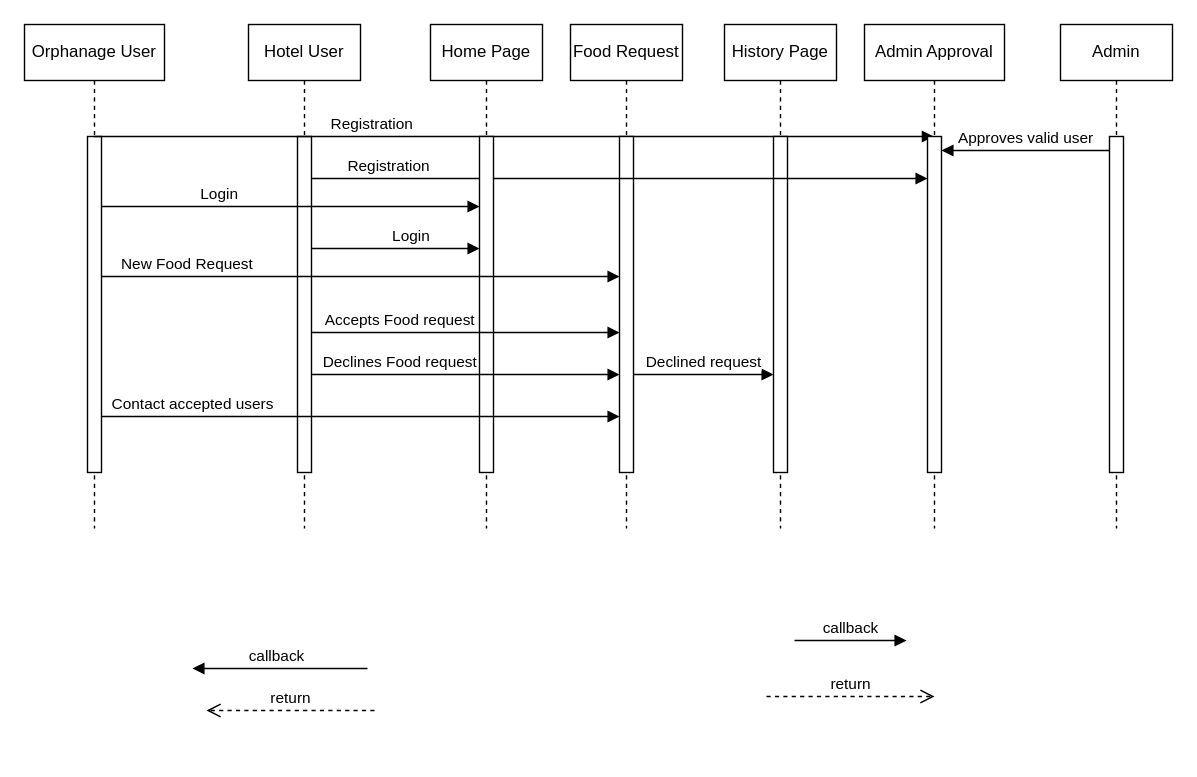
The draw.io diagram sequenceDiagram.drawio in Sriram-V-99/MCA-Project-, before the edit. Source tidied: cells renumbered, new cells numbered last; positions are measured from the earlier drawing's top-left corner, leaving out a move shared by most shapes. Both pictures are drawn from the tidied source at 140%, with x=0, y=0 at pixel (24, 24).
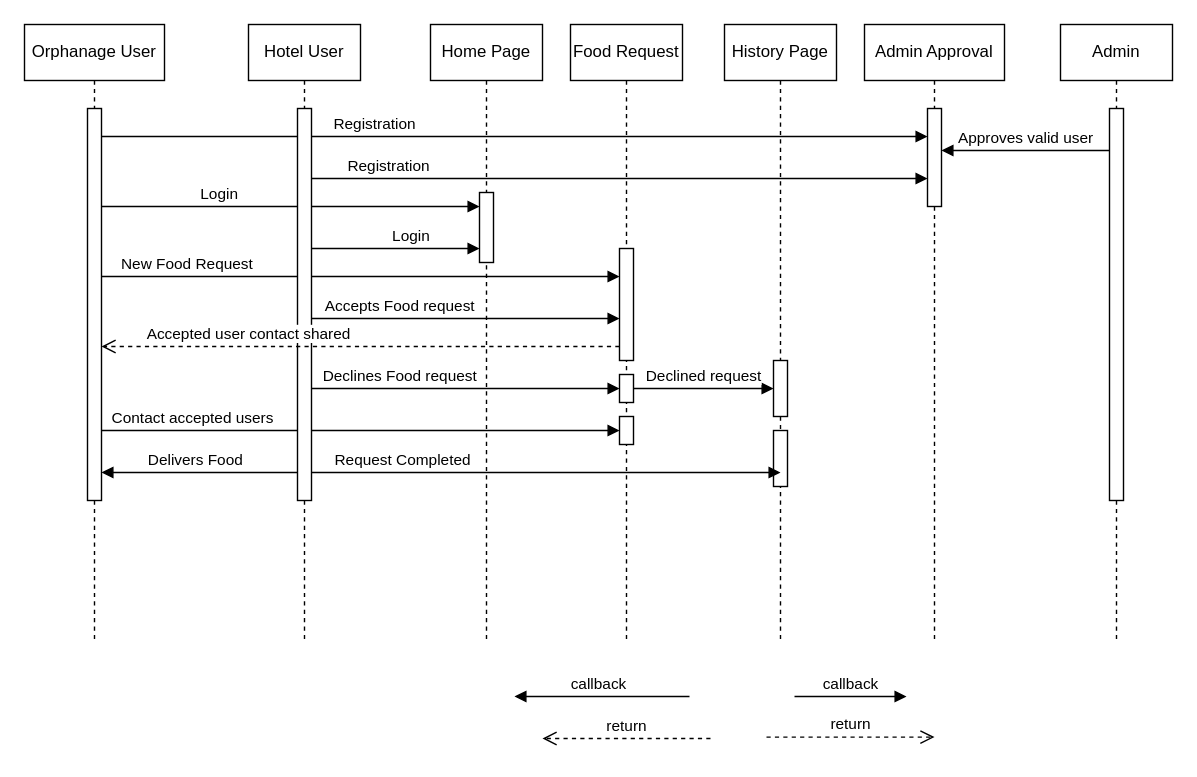
After the change.

The edit, as a diff of the source:
```diff
@@
+    <mxCell id="29" value="Contact accepted users" style="html=1;verticalAlign=bottom;endArrow=block;edgeStyle=elbowEdgeStyle;elbow=vertical;curved=0;rounded=0;" parent="1" edge="1" target="31">
+      <mxGeometry x="-0.65" relative="1" as="geometry">
+        <mxPoint x="55" y="290" as="sourcePoint" />
+        <Array as="points">
+          <mxPoint x="130" y="290" />
+        </Array>
+      </mxGeometry>
+    </mxCell>
+    <mxCell id="23" value="Login" style="html=1;verticalAlign=bottom;endArrow=block;edgeStyle=elbowEdgeStyle;elbow=vertical;curved=0;rounded=0;" parent="1" edge="1" source="3" target="22">
+      <mxGeometry x="-0.38" relative="1" as="geometry">
+        <Array as="points">
+          <mxPoint x="125" y="130" />
+        </Array>
+      </mxGeometry>
+    </mxCell>
+    <mxCell id="6" value="Registration" style="html=1;verticalAlign=bottom;endArrow=block;edgeStyle=elbowEdgeStyle;elbow=vertical;curved=0;rounded=0;" parent="1" edge="1" source="3" target="17">
+      <mxGeometry x="-0.34" relative="1" as="geometry">
+        <Array as="points">
+          <mxPoint x="157.8" y="80" />
+        </Array>
+      </mxGeometry>
+    </mxCell>
+    <mxCell id="25" value="New Food Request" style="html=1;verticalAlign=bottom;endArrow=block;edgeStyle=elbowEdgeStyle;elbow=vertical;curved=0;rounded=0;" parent="1" edge="1" source="3" target="13">
+      <mxGeometry x="-0.67" relative="1" as="geometry">
+        <Array as="points">
+          <mxPoint x="125" y="180" />
+        </Array>
+      </mxGeometry>
+    </mxCell>
+    <mxCell id="19" value="Registration" style="html=1;verticalAlign=bottom;endArrow=block;edgeStyle=elbowEdgeStyle;elbow=vertical;curved=0;rounded=0;" parent="1" edge="1" source="5">
+      <mxGeometry x="-0.75" relative="1" as="geometry">
+        <mxPoint x="645" y="110" as="targetPoint" />
+        <Array as="points">
+          <mxPoint x="230" y="110" />
+        </Array>
+      </mxGeometry>
+    </mxCell>
     <mxCell id="2" value="Orphanage User" style="shape=umlLifeline;perimeter=lifelinePerimeter;whiteSpace=wrap;html=1;outlineConnect=0;portConstraint=eastwest;newEdgeStyle={&quot;edgeStyle&quot;:&quot;elbowEdgeStyle&quot;,&quot;elbow&quot;:&quot;vertical&quot;,&quot;curved&quot;:0,&quot;rounded&quot;:0};" parent="1" vertex="1">
-      <mxGeometry width="100" height="360" as="geometry" />
+      <mxGeometry width="100" height="440" as="geometry" />
     </mxCell>
     <mxCell id="3" style="html=1;points=[];perimeter=orthogonalPerimeter;outlineConnect=0;targetShapes=umlLifeline;portConstraint=eastwest;newEdgeStyle={&quot;edgeStyle&quot;:&quot;elbowEdgeStyle&quot;,&quot;elbow&quot;:&quot;vertical&quot;,&quot;curved&quot;:0,&quot;rounded&quot;:0};" parent="2" vertex="1">
-      <mxGeometry x="45" y="80" width="10" height="240" as="geometry" />
+      <mxGeometry x="45" y="60" width="10" height="280" as="geometry" />
     </mxCell>
     <mxCell id="4" value="Hotel User" style="shape=umlLifeline;perimeter=lifelinePerimeter;whiteSpace=wrap;html=1;newEdgeStyle={&quot;edgeStyle&quot;:&quot;elbowEdgeStyle&quot;,&quot;elbow&quot;:&quot;vertical&quot;,&quot;curved&quot;:0,&quot;rounded&quot;:0};" parent="1" vertex="1">
-      <mxGeometry x="160" width="80" height="360" as="geometry" />
+      <mxGeometry x="160" width="80" height="440" as="geometry" />
     </mxCell>
     <mxCell id="5" style="html=1;points=[];perimeter=orthogonalPerimeter;outlineConnect=0;targetShapes=umlLifeline;portConstraint=eastwest;newEdgeStyle={&quot;edgeStyle&quot;:&quot;elbowEdgeStyle&quot;,&quot;elbow&quot;:&quot;vertical&quot;,&quot;curved&quot;:0,&quot;rounded&quot;:0};" parent="4" vertex="1">
-      <mxGeometry x="35" y="80" width="10" height="240" as="geometry" />
+      <mxGeometry x="35" y="60" width="10" height="280" as="geometry" />
     </mxCell>
-    <mxCell id="6" value="Registration" style="html=1;verticalAlign=bottom;endArrow=block;edgeStyle=elbowEdgeStyle;elbow=vertical;curved=0;rounded=0;" parent="1" edge="1" source="2">
-      <mxGeometry x="-0.34" relative="1" as="geometry">
-        <mxPoint x="649.5" y="80" as="targetPoint" />
-        <Array as="points">
-          <mxPoint x="157.8" y="80" />
-        </Array>
-      </mxGeometry>
-    </mxCell>
     <mxCell id="7" value="return" style="html=1;verticalAlign=bottom;endArrow=open;dashed=1;endSize=8;edgeStyle=elbowEdgeStyle;elbow=vertical;curved=0;rounded=0;" parent="1" edge="1">
       <mxGeometry relative="1" as="geometry">
-        <mxPoint x="250" y="490" as="sourcePoint" />
-        <mxPoint x="130" y="490" as="targetPoint" />
+        <mxPoint x="490" y="510" as="sourcePoint" />
+        <mxPoint x="370" y="510" as="targetPoint" />
         <Array as="points">
-          <mxPoint x="225" y="490" />
+          <mxPoint x="465" y="510" />
         </Array>
       </mxGeometry>
     </mxCell>
     <mxCell id="8" value="callback" style="html=1;verticalAlign=bottom;endArrow=block;edgeStyle=elbowEdgeStyle;elbow=vertical;curved=0;rounded=0;" parent="1" edge="1">
       <mxGeometry relative="1" as="geometry">
-        <mxPoint x="550" y="440" as="sourcePoint" />
-        <mxPoint x="630" y="440" as="targetPoint" />
+        <mxPoint x="550" y="480" as="sourcePoint" />
+        <mxPoint x="630" y="480" as="targetPoint" />
         <Array as="points">
-          <mxPoint x="590" y="440" />
+          <mxPoint x="590" y="480" />
         </Array>
       </mxGeometry>
     </mxCell>
     <mxCell id="9" value="return" style="html=1;verticalAlign=bottom;endArrow=open;dashed=1;endSize=8;edgeStyle=elbowEdgeStyle;elbow=vertical;curved=0;rounded=0;" parent="1" edge="1">
       <mxGeometry relative="1" as="geometry">
-        <mxPoint x="530" y="480" as="sourcePoint" />
-        <mxPoint x="650" y="480" as="targetPoint" />
+        <mxPoint x="530" y="509" as="sourcePoint" />
+        <mxPoint x="650" y="509" as="targetPoint" />
         <Array as="points">
-          <mxPoint x="615" y="480" />
+          <mxPoint x="615" y="509" />
         </Array>
       </mxGeometry>
     </mxCell>
     <mxCell id="10" value="Admin" style="shape=umlLifeline;perimeter=lifelinePerimeter;whiteSpace=wrap;html=1;newEdgeStyle={&quot;edgeStyle&quot;:&quot;elbowEdgeStyle&quot;,&quot;elbow&quot;:&quot;vertical&quot;,&quot;curved&quot;:0,&quot;rounded&quot;:0};" parent="1" vertex="1">
-      <mxGeometry x="740" width="80" height="360" as="geometry" />
+      <mxGeometry x="740" width="80" height="440" as="geometry" />
     </mxCell>
     <mxCell id="11" style="html=1;points=[];perimeter=orthogonalPerimeter;outlineConnect=0;targetShapes=umlLifeline;portConstraint=eastwest;newEdgeStyle={&quot;edgeStyle&quot;:&quot;elbowEdgeStyle&quot;,&quot;elbow&quot;:&quot;vertical&quot;,&quot;curved&quot;:0,&quot;rounded&quot;:0};" parent="10" vertex="1">
-      <mxGeometry x="35" y="80" width="10" height="240" as="geometry" />
+      <mxGeometry x="35" y="60" width="10" height="280" as="geometry" />
     </mxCell>
     <mxCell id="12" value="Food Request" style="shape=umlLifeline;perimeter=lifelinePerimeter;whiteSpace=wrap;html=1;newEdgeStyle={&quot;edgeStyle&quot;:&quot;elbowEdgeStyle&quot;,&quot;elbow&quot;:&quot;vertical&quot;,&quot;curved&quot;:0,&quot;rounded&quot;:0};" parent="1" vertex="1">
-      <mxGeometry x="390" width="80" height="360" as="geometry" />
+      <mxGeometry x="390" width="80" height="440" as="geometry" />
     </mxCell>
     <mxCell id="13" style="html=1;points=[];perimeter=orthogonalPerimeter;outlineConnect=0;targetShapes=umlLifeline;portConstraint=eastwest;newEdgeStyle={&quot;edgeStyle&quot;:&quot;elbowEdgeStyle&quot;,&quot;elbow&quot;:&quot;vertical&quot;,&quot;curved&quot;:0,&quot;rounded&quot;:0};" parent="12" vertex="1">
-      <mxGeometry x="35" y="80" width="10" height="240" as="geometry" />
+      <mxGeometry x="35" y="160" width="10" height="80" as="geometry" />
     </mxCell>
+    <mxCell id="30" style="html=1;perimeter=orthogonalPerimeter;targetShapes=umlLifeline;newEdgeStyle={&quot;edgeStyle&quot;:&quot;elbowEdgeStyle&quot;,&quot;elbow&quot;:&quot;vertical&quot;,&quot;curved&quot;:0,&quot;rounded&quot;:0};" parent="12" vertex="1">
+      <mxGeometry x="35" y="250" width="10" height="20" as="geometry" />
+    </mxCell>
+    <mxCell id="31" style="html=1;points=[];perimeter=orthogonalPerimeter;outlineConnect=0;targetShapes=umlLifeline;portConstraint=eastwest;newEdgeStyle={&quot;edgeStyle&quot;:&quot;elbowEdgeStyle&quot;,&quot;elbow&quot;:&quot;vertical&quot;,&quot;curved&quot;:0,&quot;rounded&quot;:0};" parent="12" vertex="1">
+      <mxGeometry x="35" y="280" width="10" height="20" as="geometry" />
+    </mxCell>
     <mxCell id="14" value="History Page" style="shape=umlLifeline;perimeter=lifelinePerimeter;whiteSpace=wrap;html=1;newEdgeStyle={&quot;edgeStyle&quot;:&quot;elbowEdgeStyle&quot;,&quot;elbow&quot;:&quot;vertical&quot;,&quot;curved&quot;:0,&quot;rounded&quot;:0};" parent="1" vertex="1">
-      <mxGeometry x="500" width="80" height="360" as="geometry" />
+      <mxGeometry x="500" width="80" height="440" as="geometry" />
     </mxCell>
-    <mxCell id="15" style="html=1;points=[];perimeter=orthogonalPerimeter;outlineConnect=0;targetShapes=umlLifeline;portConstraint=eastwest;newEdgeStyle={&quot;edgeStyle&quot;:&quot;elbowEdgeStyle&quot;,&quot;elbow&quot;:&quot;vertical&quot;,&quot;curved&quot;:0,&quot;rounded&quot;:0};" parent="14" vertex="1">
-      <mxGeometry x="35" y="80" width="10" height="240" as="geometry" />
-    </mxCell>
+    <mxCell id="32" style="html=1;perimeter=orthogonalPerimeter;targetShapes=umlLifeline;newEdgeStyle={&quot;edgeStyle&quot;:&quot;elbowEdgeStyle&quot;,&quot;elbow&quot;:&quot;vertical&quot;,&quot;curved&quot;:0,&quot;rounded&quot;:0};" parent="14" vertex="1">
+      <mxGeometry x="35" y="240" width="10" height="40" as="geometry" />
+    </mxCell>
+    <mxCell id="33" style="html=1;perimeter=orthogonalPerimeter;targetShapes=umlLifeline;newEdgeStyle={&quot;edgeStyle&quot;:&quot;elbowEdgeStyle&quot;,&quot;elbow&quot;:&quot;vertical&quot;,&quot;curved&quot;:0,&quot;rounded&quot;:0};" parent="14" vertex="1">
+      <mxGeometry x="35" y="290" width="10" height="40" as="geometry" />
+    </mxCell>
     <mxCell id="16" value="Admin Approval" style="shape=umlLifeline;perimeter=lifelinePerimeter;whiteSpace=wrap;html=1;newEdgeStyle={&quot;edgeStyle&quot;:&quot;elbowEdgeStyle&quot;,&quot;elbow&quot;:&quot;vertical&quot;,&quot;curved&quot;:0,&quot;rounded&quot;:0};" parent="1" vertex="1">
-      <mxGeometry x="600" width="100" height="360" as="geometry" />
+      <mxGeometry x="600" width="100" height="440" as="geometry" />
     </mxCell>
     <mxCell id="17" style="html=1;points=[];perimeter=orthogonalPerimeter;outlineConnect=0;targetShapes=umlLifeline;portConstraint=eastwest;newEdgeStyle={&quot;edgeStyle&quot;:&quot;elbowEdgeStyle&quot;,&quot;elbow&quot;:&quot;vertical&quot;,&quot;curved&quot;:0,&quot;rounded&quot;:0};" parent="16" vertex="1">
-      <mxGeometry x="45" y="80" width="10" height="240" as="geometry" />
+      <mxGeometry x="45" y="60" width="10" height="70" as="geometry" />
     </mxCell>
@@
-    <mxCell id="19" value="Registration" style="html=1;verticalAlign=bottom;endArrow=block;edgeStyle=elbowEdgeStyle;elbow=vertical;curved=0;rounded=0;" parent="1" edge="1" source="5">
-      <mxGeometry x="-0.75" relative="1" as="geometry">
-        <mxPoint x="645" y="110" as="targetPoint" />
-        <Array as="points">
-          <mxPoint x="230" y="110" />
-        </Array>
-      </mxGeometry>
-    </mxCell>
     <mxCell id="20" value="callback" style="html=1;verticalAlign=bottom;endArrow=block;edgeStyle=elbowEdgeStyle;elbow=vertical;curved=0;rounded=0;" parent="1" edge="1">
       <mxGeometry x="0.04" relative="1" as="geometry">
-        <mxPoint x="245" y="460" as="sourcePoint" />
-        <mxPoint x="120" y="460" as="targetPoint" />
+        <mxPoint x="475" y="480" as="sourcePoint" />
+        <mxPoint x="350" y="480" as="targetPoint" />
         <Array as="points">
-          <mxPoint x="210" y="460" />
+          <mxPoint x="440" y="480" />
         </Array>
       </mxGeometry>
     </mxCell>
     <mxCell id="21" value="Home Page" style="shape=umlLifeline;perimeter=lifelinePerimeter;whiteSpace=wrap;html=1;newEdgeStyle={&quot;edgeStyle&quot;:&quot;elbowEdgeStyle&quot;,&quot;elbow&quot;:&quot;vertical&quot;,&quot;curved&quot;:0,&quot;rounded&quot;:0};" parent="1" vertex="1">
-      <mxGeometry x="290" width="80" height="360" as="geometry" />
+      <mxGeometry x="290" width="80" height="440" as="geometry" />
     </mxCell>
     <mxCell id="22" style="html=1;points=[];perimeter=orthogonalPerimeter;outlineConnect=0;targetShapes=umlLifeline;portConstraint=eastwest;newEdgeStyle={&quot;edgeStyle&quot;:&quot;elbowEdgeStyle&quot;,&quot;elbow&quot;:&quot;vertical&quot;,&quot;curved&quot;:0,&quot;rounded&quot;:0};" parent="21" vertex="1">
-      <mxGeometry x="35" y="80" width="10" height="240" as="geometry" />
+      <mxGeometry x="35" y="120" width="10" height="50" as="geometry" />
     </mxCell>
-    <mxCell id="23" value="Login" style="html=1;verticalAlign=bottom;endArrow=block;edgeStyle=elbowEdgeStyle;elbow=vertical;curved=0;rounded=0;" parent="1" edge="1" source="3" target="22">
-      <mxGeometry x="-0.38" relative="1" as="geometry">
-        <Array as="points">
-          <mxPoint x="125" y="130" />
-        </Array>
-      </mxGeometry>
-    </mxCell>
@@
-    <mxCell id="25" value="New Food Request" style="html=1;verticalAlign=bottom;endArrow=block;edgeStyle=elbowEdgeStyle;elbow=vertical;curved=0;rounded=0;" parent="1" edge="1" source="3" target="13">
-      <mxGeometry x="-0.67" relative="1" as="geometry">
-        <Array as="points">
-          <mxPoint x="125" y="180" />
-        </Array>
-      </mxGeometry>
-    </mxCell>
-    <mxCell id="26" value="Accepts Food request" style="html=1;verticalAlign=bottom;endArrow=block;edgeStyle=elbowEdgeStyle;elbow=vertical;curved=0;rounded=0;" parent="1" edge="1" source="5" target="13">
+    <mxCell id="26" value="Accepts Food request" style="html=1;verticalAlign=bottom;endArrow=block;edgeStyle=elbowEdgeStyle;elbow=vertical;curved=0;rounded=0;" parent="1" edge="1">
       <mxGeometry x="-0.43" relative="1" as="geometry">
+        <mxPoint x="205" y="210" as="sourcePoint" />
+        <mxPoint x="425" y="210" as="targetPoint" />
         <Array as="points">
-          <mxPoint x="360" y="220" />
+          <mxPoint x="360" y="210" />
         </Array>
       </mxGeometry>
     </mxCell>
-    <mxCell id="27" value="Declines Food request" style="html=1;verticalAlign=bottom;endArrow=block;edgeStyle=elbowEdgeStyle;elbow=vertical;curved=0;rounded=0;" parent="1" edge="1" source="5" target="13">
+    <mxCell id="27" value="Declines Food request" style="html=1;verticalAlign=bottom;endArrow=block;edgeStyle=elbowEdgeStyle;elbow=vertical;curved=0;rounded=0;" parent="1" edge="1">
       <mxGeometry x="-0.43" relative="1" as="geometry">
+        <mxPoint x="205" y="260" as="sourcePoint" />
+        <mxPoint x="425" y="260" as="targetPoint" />
         <Array as="points">
-          <mxPoint x="260" y="250" />
+          <mxPoint x="260" y="260" />
         </Array>
       </mxGeometry>
     </mxCell>
-    <mxCell id="28" value="Declined request" style="html=1;verticalAlign=bottom;endArrow=block;edgeStyle=elbowEdgeStyle;elbow=vertical;curved=0;rounded=0;" parent="1" edge="1" source="13" target="15">
+    <mxCell id="28" value="Declined request" style="html=1;verticalAlign=bottom;endArrow=block;edgeStyle=elbowEdgeStyle;elbow=vertical;curved=0;rounded=0;" parent="1" edge="1">
       <mxGeometry relative="1" as="geometry">
+        <mxPoint x="435" y="260" as="sourcePoint" />
+        <mxPoint x="535" y="260" as="targetPoint" />
         <Array as="points">
-          <mxPoint x="490" y="250" />
+          <mxPoint x="490" y="260" />
         </Array>
       </mxGeometry>
     </mxCell>
-    <mxCell id="29" value="Contact accepted users" style="html=1;verticalAlign=bottom;endArrow=block;edgeStyle=elbowEdgeStyle;elbow=vertical;curved=0;rounded=0;" parent="1" edge="1" source="3" target="13">
-      <mxGeometry x="-0.65" relative="1" as="geometry">
-        <Array as="points">
-          <mxPoint x="130" y="280" />
-        </Array>
-      </mxGeometry>
-    </mxCell>
+    <mxCell id="34" value="Delivers Food" style="html=1;verticalAlign=bottom;endArrow=block;edgeStyle=elbowEdgeStyle;elbow=vertical;curved=0;rounded=0;" parent="1" edge="1" source="5" target="3">
+      <mxGeometry x="0.04" relative="1" as="geometry">
+        <Array as="points">
+          <mxPoint x="140" y="320" />
+        </Array>
+      </mxGeometry>
+    </mxCell>
+    <mxCell id="35" value="Request Completed" style="html=1;verticalAlign=bottom;endArrow=block;edgeStyle=elbowEdgeStyle;elbow=vertical;curved=0;rounded=0;" parent="1" edge="1" source="5">
+      <mxGeometry x="-0.61" relative="1" as="geometry">
+        <mxPoint x="540" y="320" as="targetPoint" />
+        <Array as="points">
+          <mxPoint x="385" y="320" />
+        </Array>
+      </mxGeometry>
+    </mxCell>
+    <mxCell id="36" value="Accepted user contact shared" style="html=1;verticalAlign=bottom;endArrow=open;dashed=1;endSize=8;edgeStyle=elbowEdgeStyle;elbow=vertical;curved=0;rounded=0;" parent="1" edge="1" source="13" target="3">
+      <mxGeometry x="0.43" relative="1" as="geometry">
+        <Array as="points">
+          <mxPoint x="290" y="230" />
+        </Array>
+      </mxGeometry>
+    </mxCell>
```
